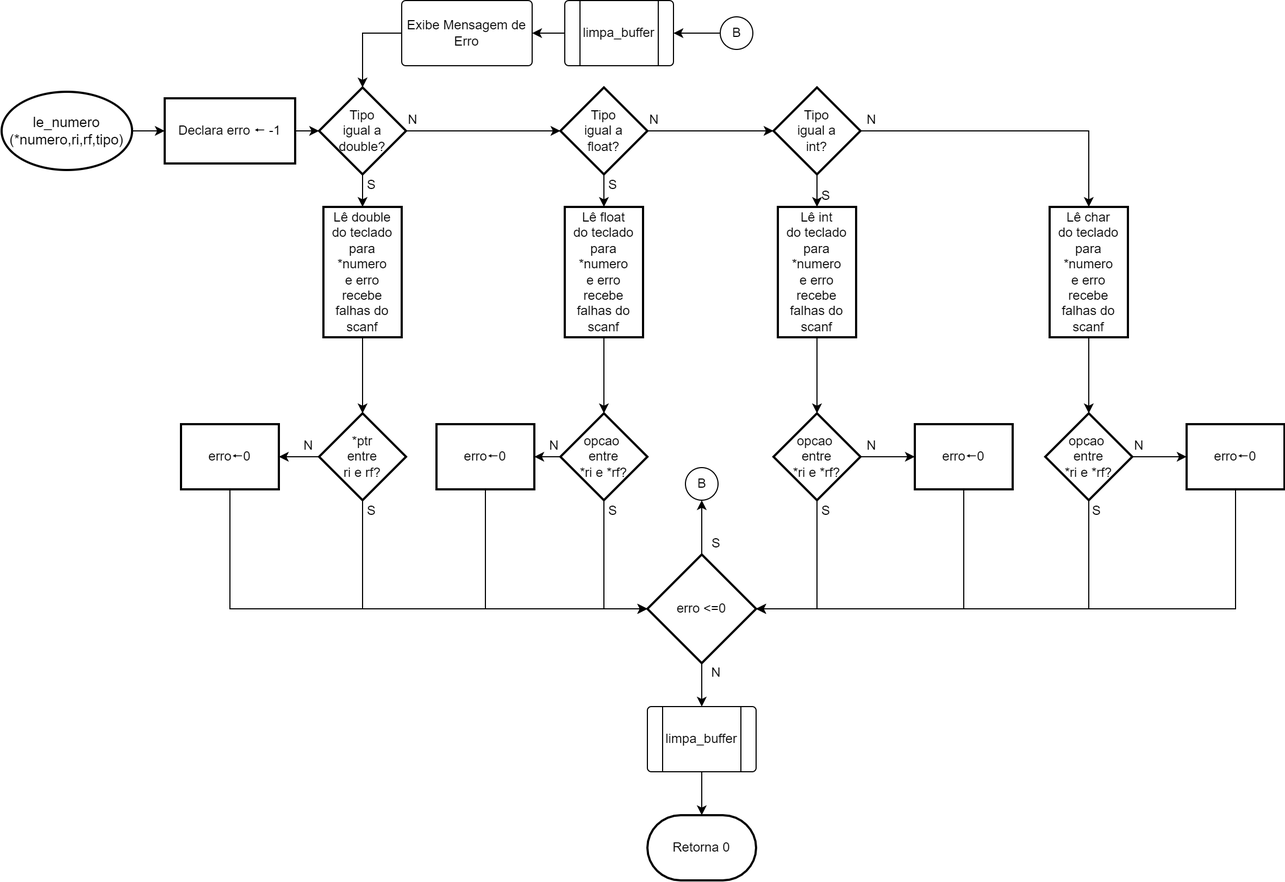
The draw.io diagram Fluxograma/Le numero.png in riquetret/Mania-Filmes, before a commit. Source tidied: cells renumbered, new cells last; positions are measured from the earlier drawing's top-left corner, leaving out a move shared by most shapes.
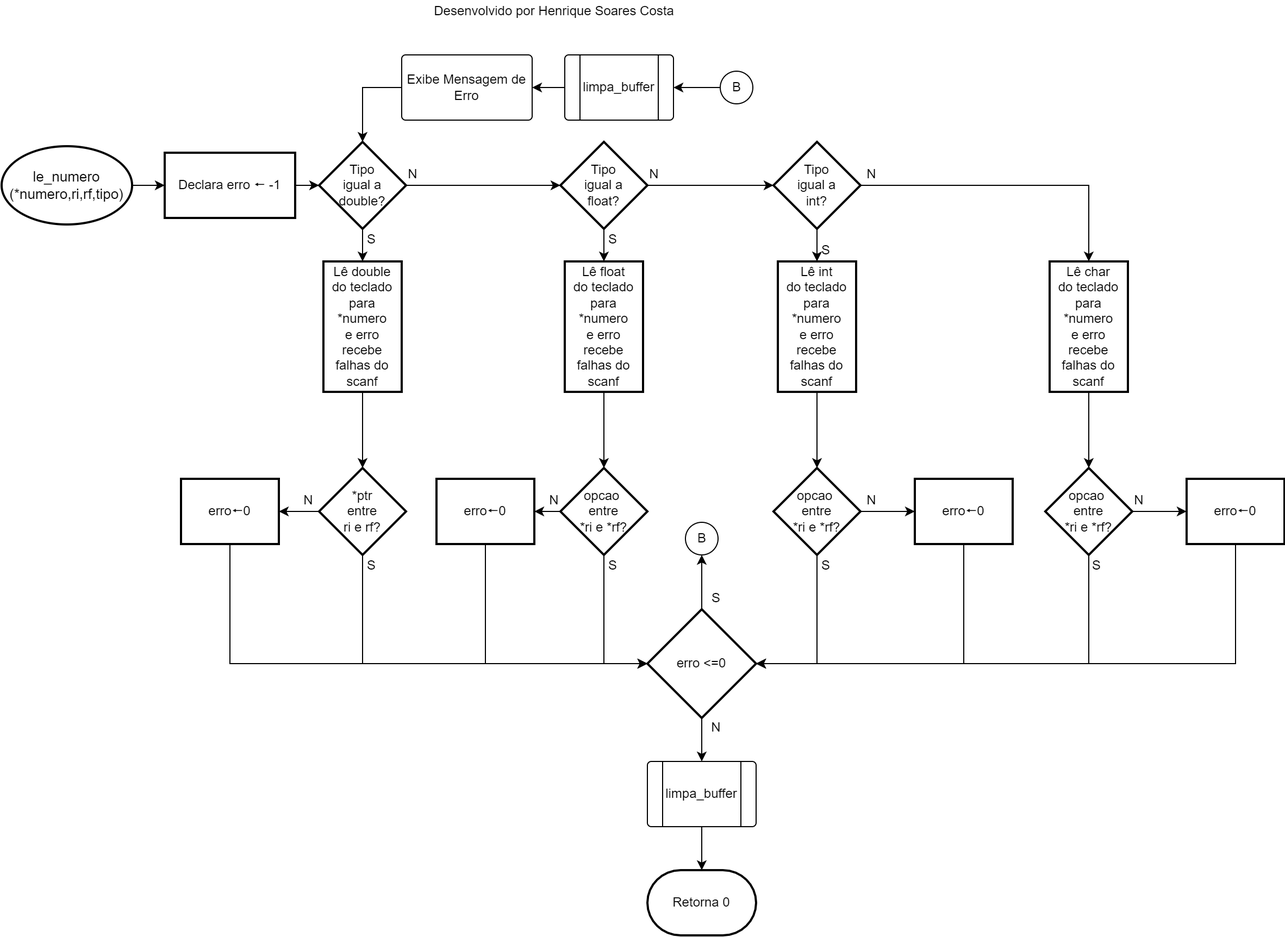
The same diagram one commit later.

The edit, as a diff of the source:
```diff
@@ -212,5 +212,8 @@
     <mxCell id="71" value="Exibe Mensagem de Erro" style="whiteSpace=wrap;html=1;rounded=1;arcSize=6;" parent="1" vertex="1">
       <mxGeometry x="368" width="120" height="60" as="geometry" />
     </mxCell>
+    <mxCell id="72" value="Desenvolvido por Henrique Soares Costa" style="text;html=1;align=center;verticalAlign=middle;strokeColor=none;fillColor=none;" parent="1" vertex="1">
+      <mxGeometry x="388" y="-50" width="240" height="20" as="geometry" />
+    </mxCell>
   </root>
 </mxGraphModel>
```
